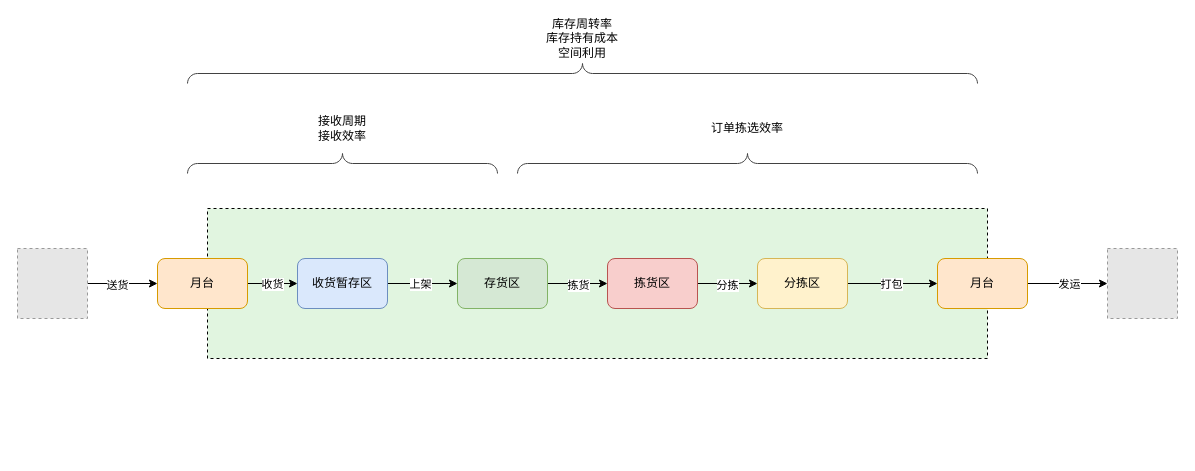
zhaoli2014/drawio keeps this draw.io diagram as 仓库指标.drawio. Above is the earlier version. Source tidied: cells renumbered, new cells numbered last; positions are measured from the earlier drawing's top-left corner, leaving out a move shared by most shapes. Both pictures are drawn from the tidied source at 100%, with x=0, y=0 at pixel (17, 23). Pictures stored in the file or linked from it are replaced by grey dashed boxes.
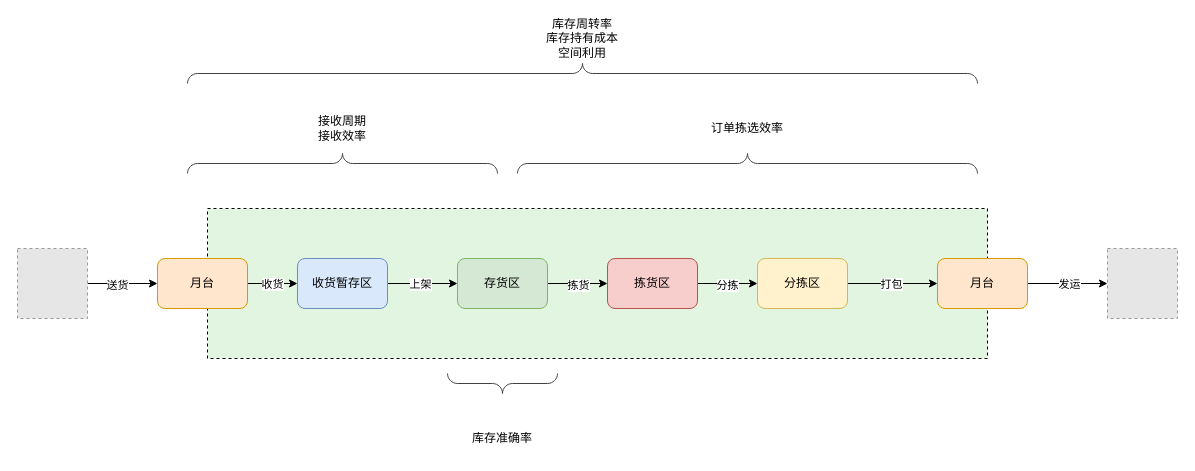
After the change.

Commit message (it also covers changes not shown here):
更新仓库指标.drawio

Change to the diagram source:
```diff
@@
+    <mxCell id="31" style="verticalLabelPosition=bottom;shadow=0;dashed=0;align=center;html=1;verticalAlign=top;strokeWidth=1;shape=mxgraph.mockup.markup.curlyBrace;whiteSpace=wrap;strokeColor=#424242;direction=west;" parent="1" vertex="1">
+      <mxGeometry x="430" y="350" width="110" height="20" as="geometry" />
+    </mxCell>
+    <mxCell id="32" value="库存准确率" style="text;html=1;align=center;verticalAlign=middle;whiteSpace=wrap;rounded=0;" parent="1" vertex="1">
+      <mxGeometry x="430" y="400" width="110" height="30" as="geometry" />
+    </mxCell>
```
